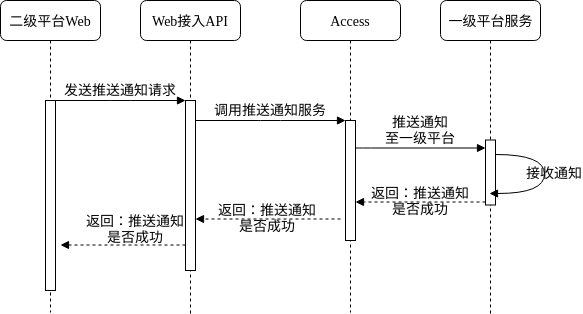
waterwatermelon/graph keeps this draw.io diagram as IOTManage/sequence-announce.png. Above is the earlier version. Source tidied: cells renumbered, new cells last; positions are measured from the earlier drawing's top-left corner, leaving out a move shared by most shapes.
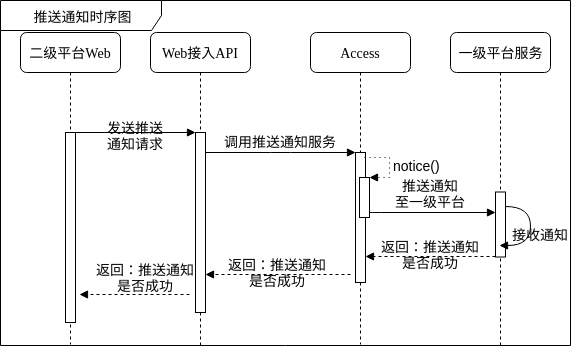
The same diagram one commit later.

What changed in the source:
```diff
@@ -2,73 +2,87 @@
   <root>
     <mxCell id="0" />
     <mxCell id="1" parent="0" />
+    <mxCell id="10" value="推送通知&lt;br&gt;至一级平台" style="html=1;verticalAlign=bottom;endArrow=block;labelBackgroundColor=none;fontFamily=Verdana;fontSize=14;edgeStyle=elbowEdgeStyle;elbow=vertical;" parent="1" edge="1">
+      <mxGeometry relative="1" as="geometry">
+        <mxPoint x="355" y="180" as="sourcePoint" />
+        <mxPoint x="485" y="180" as="targetPoint" />
+        <Array as="points">
+          <mxPoint x="360" y="180" />
+        </Array>
+      </mxGeometry>
+    </mxCell>
     <mxCell id="2" value="Web接入API" style="shape=umlLifeline;perimeter=lifelinePerimeter;whiteSpace=wrap;html=1;rounded=1;shadow=0;comic=0;labelBackgroundColor=none;strokeColor=#000000;strokeWidth=1;fillColor=#FFFFFF;fontFamily=Verdana;fontSize=14;fontColor=#000000;align=center;" parent="1" vertex="1">
       <mxGeometry x="140" width="100" height="313" as="geometry" />
     </mxCell>
     <mxCell id="3" style="html=1;points=[];perimeter=orthogonalPerimeter;rounded=0;shadow=0;comic=0;labelBackgroundColor=none;strokeColor=#000000;strokeWidth=1;fillColor=#FFFFFF;fontFamily=Verdana;fontSize=14;fontColor=#000000;align=center;" parent="2" vertex="1">
-      <mxGeometry x="45" y="100" width="10" height="170" as="geometry" />
+      <mxGeometry x="45" y="100" width="10" height="180" as="geometry" />
     </mxCell>
     <mxCell id="4" value="Access" style="shape=umlLifeline;perimeter=lifelinePerimeter;whiteSpace=wrap;html=1;rounded=1;shadow=0;comic=0;labelBackgroundColor=none;strokeColor=#000000;strokeWidth=1;fillColor=#FFFFFF;fontFamily=Verdana;fontSize=14;fontColor=#000000;align=center;" parent="1" vertex="1">
       <mxGeometry x="300" width="100" height="312" as="geometry" />
     </mxCell>
     <mxCell id="5" style="html=1;points=[];perimeter=orthogonalPerimeter;rounded=0;shadow=0;comic=0;labelBackgroundColor=none;strokeColor=#000000;strokeWidth=1;fillColor=#FFFFFF;fontFamily=Verdana;fontSize=14;fontColor=#000000;align=center;" parent="4" vertex="1">
-      <mxGeometry x="45" y="120" width="10" height="120" as="geometry" />
+      <mxGeometry x="45" y="120" width="10" height="130" as="geometry" />
     </mxCell>
+    <mxCell id="17" value="&lt;font style=&quot;font-size: 14px&quot;&gt;notice()&lt;/font&gt;" style="edgeStyle=orthogonalEdgeStyle;html=1;align=left;spacingLeft=2;endArrow=block;rounded=0;entryX=1;entryY=0;dashed=1;dashPattern=1 4;" parent="4" edge="1" target="18">
+      <mxGeometry relative="1" as="geometry">
+        <mxPoint x="54" y="125" as="sourcePoint" />
+        <Array as="points">
+          <mxPoint x="79" y="125" />
+        </Array>
+      </mxGeometry>
+    </mxCell>
+    <mxCell id="18" style="html=1;points=[];perimeter=orthogonalPerimeter;" parent="4" vertex="1">
+      <mxGeometry x="49" y="145" width="10" height="40" as="geometry" />
+    </mxCell>
     <mxCell id="6" value="一级平台服务" style="shape=umlLifeline;perimeter=lifelinePerimeter;whiteSpace=wrap;html=1;rounded=1;shadow=0;comic=0;labelBackgroundColor=none;strokeColor=#000000;strokeWidth=1;fillColor=#FFFFFF;fontFamily=Verdana;fontSize=14;fontColor=#000000;align=center;" parent="1" vertex="1">
       <mxGeometry x="440" width="100" height="313" as="geometry" />
     </mxCell>
     <mxCell id="7" value="二级平台Web" style="shape=umlLifeline;perimeter=lifelinePerimeter;whiteSpace=wrap;html=1;rounded=1;shadow=0;comic=0;labelBackgroundColor=none;strokeColor=#000000;strokeWidth=1;fillColor=#FFFFFF;fontFamily=Verdana;fontSize=14;fontColor=#000000;align=center;" parent="1" vertex="1">
-      <mxGeometry width="100" height="312" as="geometry" />
+      <mxGeometry x="10" width="100" height="312" as="geometry" />
     </mxCell>
     <mxCell id="8" style="html=1;points=[];perimeter=orthogonalPerimeter;rounded=0;shadow=0;comic=0;labelBackgroundColor=none;strokeColor=#000000;strokeWidth=1;fillColor=#FFFFFF;fontFamily=Verdana;fontSize=14;fontColor=#000000;align=center;" parent="7" vertex="1">
       <mxGeometry x="45" y="100" width="10" height="190" as="geometry" />
     </mxCell>
     <mxCell id="9" style="html=1;perimeter=orthogonalPerimeter;rounded=0;shadow=0;comic=0;labelBackgroundColor=none;strokeColor=#000000;strokeWidth=1;fillColor=#FFFFFF;fontFamily=Verdana;fontSize=14;fontColor=#000000;align=center;" parent="1" vertex="1">
-      <mxGeometry x="485" y="139.5" width="10" height="65" as="geometry" />
+      <mxGeometry x="485" y="159.5" width="10" height="65" as="geometry" />
     </mxCell>
-    <mxCell id="10" value="推送通知&lt;br&gt;至一级平台" style="html=1;verticalAlign=bottom;endArrow=block;labelBackgroundColor=none;fontFamily=Verdana;fontSize=14;edgeStyle=elbowEdgeStyle;elbow=vertical;" parent="1" edge="1">
-      <mxGeometry relative="1" as="geometry">
-        <mxPoint x="355" y="147.5" as="sourcePoint" />
-        <mxPoint x="485" y="147.5" as="targetPoint" />
-        <Array as="points">
-          <mxPoint x="360" y="147.5" />
-        </Array>
-      </mxGeometry>
-    </mxCell>
-    <mxCell id="11" value="发送推送通知请求" style="html=1;verticalAlign=bottom;endArrow=block;entryX=0;entryY=0;labelBackgroundColor=none;fontFamily=Verdana;fontSize=14;edgeStyle=elbowEdgeStyle;elbow=vertical;endFill=1;" parent="1" edge="1" source="8" target="3">
-      <mxGeometry relative="1" as="geometry" />
+    <mxCell id="11" value="发送推送&lt;br&gt;通知请求" style="html=1;verticalAlign=bottom;endArrow=block;entryX=0;entryY=0;labelBackgroundColor=none;fontFamily=Verdana;fontSize=14;edgeStyle=elbowEdgeStyle;elbow=vertical;endFill=1;" parent="1" edge="1" source="8" target="3">
+      <mxGeometry y="-22" relative="1" as="geometry" />
     </mxCell>
     <mxCell id="12" value="调用推送通知服务" style="html=1;verticalAlign=bottom;endArrow=block;entryX=0;entryY=0;labelBackgroundColor=none;fontFamily=Verdana;fontSize=14;edgeStyle=elbowEdgeStyle;elbow=vertical;endFill=1;" parent="1" edge="1" source="3" target="5">
       <mxGeometry relative="1" as="geometry" />
     </mxCell>
     <mxCell id="13" value="返回：推送通知&lt;br&gt;是否成功" style="html=1;verticalAlign=bottom;endArrow=block;entryX=0;entryY=0;labelBackgroundColor=none;fontFamily=Verdana;fontSize=14;dashed=1;" parent="1" edge="1">
       <mxGeometry y="17" relative="1" as="geometry">
-        <mxPoint x="485" y="201.5" as="sourcePoint" />
-        <mxPoint x="355" y="201.5" as="targetPoint" />
+        <mxPoint x="485" y="224" as="sourcePoint" />
+        <mxPoint x="355" y="224" as="targetPoint" />
       </mxGeometry>
     </mxCell>
     <mxCell id="14" value="返回：推送通知&lt;br&gt;是否成功" style="html=1;verticalAlign=bottom;endArrow=block;entryX=0;entryY=0;labelBackgroundColor=none;fontFamily=Verdana;fontSize=14;dashed=1;" parent="1" edge="1">
       <mxGeometry y="17" relative="1" as="geometry">
-        <mxPoint x="340" y="218.5" as="sourcePoint" />
-        <mxPoint x="195" y="218.5" as="targetPoint" />
+        <mxPoint x="340" y="242" as="sourcePoint" />
+        <mxPoint x="195" y="242" as="targetPoint" />
       </mxGeometry>
     </mxCell>
-    <mxCell id="15" value="返回：推送通知&lt;br&gt;是否成功" style="html=1;verticalAlign=bottom;endArrow=block;entryX=0;entryY=0;labelBackgroundColor=none;fontFamily=Verdana;fontSize=14;dashed=1;" parent="1" edge="1">
+    <mxCell id="15" value="返回：推送通知&lt;br&gt;是否成功" style="html=1;verticalAlign=bottom;endArrow=block;labelBackgroundColor=none;fontFamily=Verdana;fontSize=14;dashed=1;" parent="1" edge="1">
       <mxGeometry x="-0.2" y="2" relative="1" as="geometry">
-        <mxPoint x="185" y="244.5" as="sourcePoint" />
-        <mxPoint x="60" y="244.5" as="targetPoint" />
+        <mxPoint x="179" y="262" as="sourcePoint" />
+        <mxPoint x="69" y="262" as="targetPoint" />
       </mxGeometry>
     </mxCell>
     <mxCell id="16" value="接收通知" style="html=1;verticalAlign=bottom;endArrow=block;labelBackgroundColor=none;fontFamily=Verdana;fontSize=14;elbow=vertical;edgeStyle=orthogonalEdgeStyle;curved=1;exitX=1.066;exitY=0.713;exitPerimeter=0;" parent="1" edge="1">
-      <mxGeometry x="0.23" y="-14" relative="1" as="geometry">
-        <mxPoint x="495" y="153.5" as="sourcePoint" />
-        <mxPoint x="489" y="192.5" as="targetPoint" />
+      <mxGeometry x="0.35" y="-10" relative="1" as="geometry">
+        <mxPoint x="495" y="173.5" as="sourcePoint" />
+        <mxPoint x="489" y="212.5" as="targetPoint" />
         <Array as="points">
-          <mxPoint x="544" y="153.5" />
-          <mxPoint x="544" y="192.5" />
+          <mxPoint x="520" y="174" />
+          <mxPoint x="520" y="213" />
         </Array>
-        <mxPoint x="10" y="4" as="offset" />
+        <mxPoint x="10" y="10" as="offset" />
       </mxGeometry>
     </mxCell>
+    <mxCell id="19" value="&lt;font style=&quot;font-size: 14px&quot;&gt;推送通知时序图&lt;/font&gt;" style="shape=umlFrame;whiteSpace=wrap;html=1;width=161;height=30;" parent="1" vertex="1">
+      <mxGeometry x="-10" y="-32" width="570" height="345" as="geometry" />
+    </mxCell>
   </root>
 </mxGraphModel>
```
